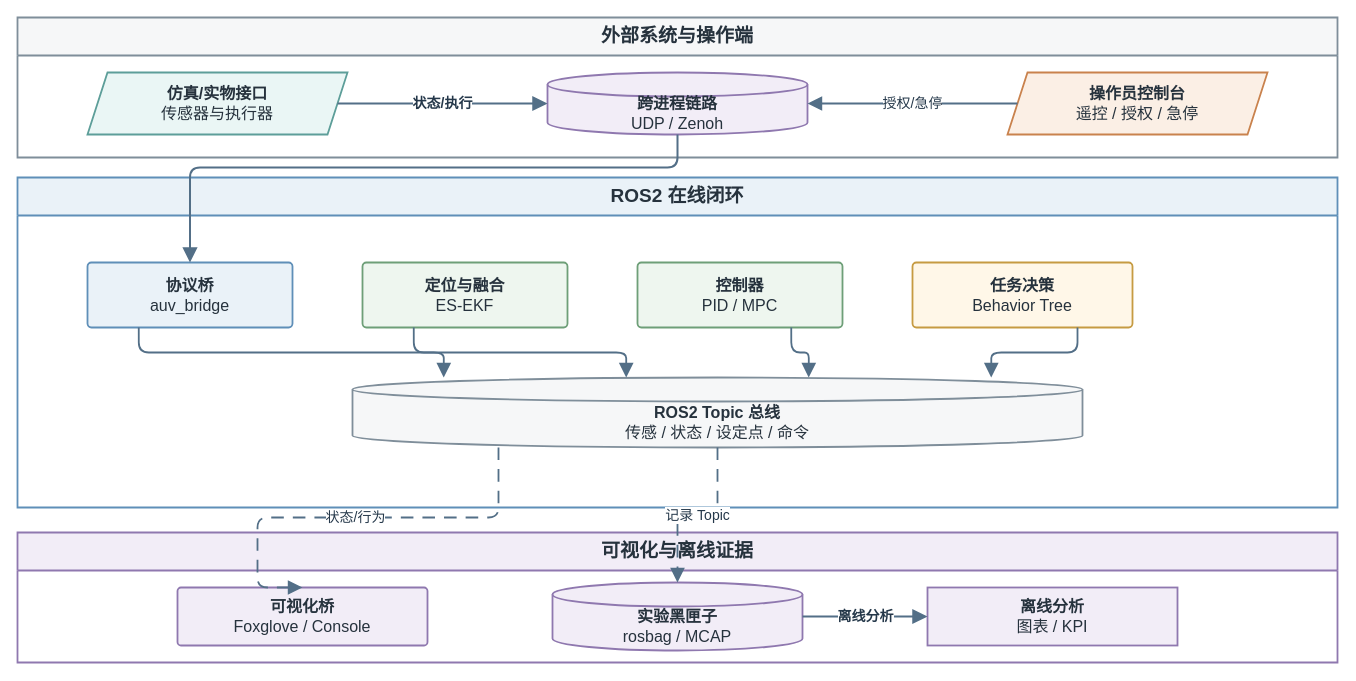
The draw.io diagram docs/internals/figures/architecture/auv_ros2_node_topology.drawio in 360ZMEM/AUV-Master-Project, before the edit. Source tidied: cells renumbered, new cells numbered last; positions are measured from the earlier drawing's top-left corner, leaving out a move shared by most shapes. Both pictures are drawn from the tidied source at 100%, with x=0, y=0 at pixel (17, 17).
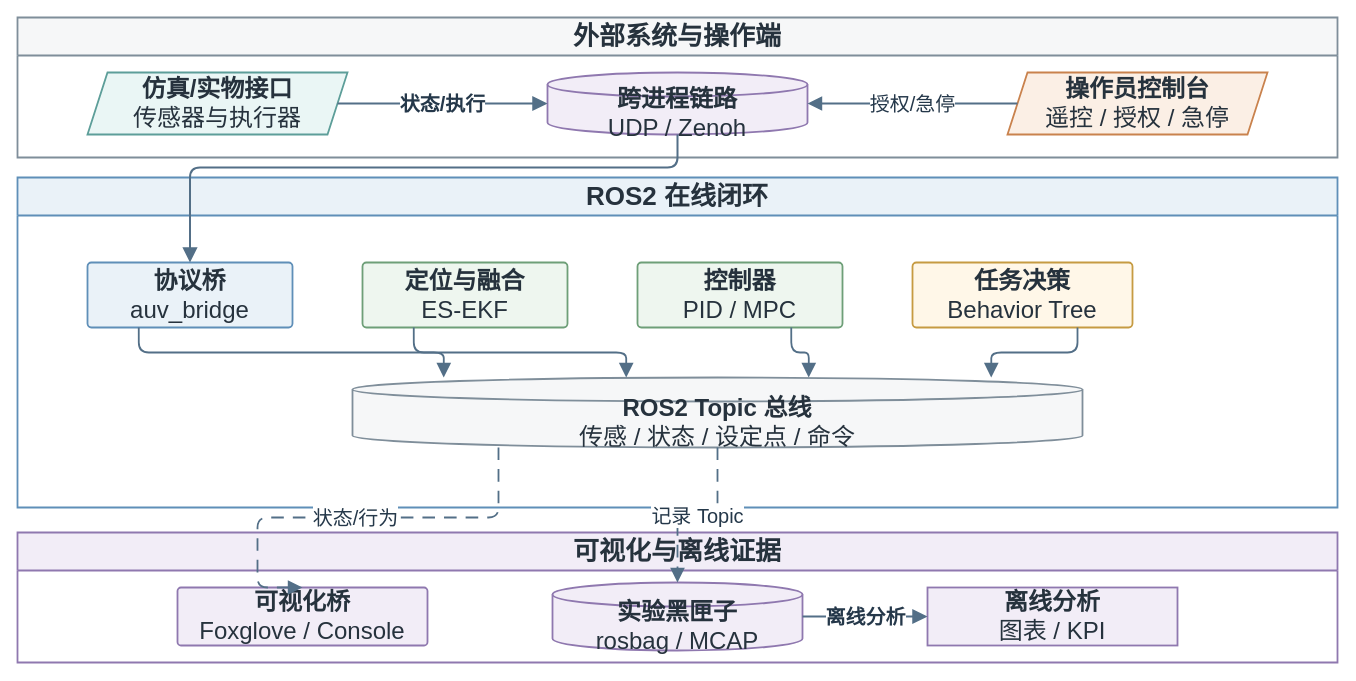
The same page after the edit.

What changed in the source:
```diff
@@
-    <mxCell id="2" value="外部系统与操作端" style="swimlane;whiteSpace=wrap;html=1;startSize=38;rounded=0;fillColor=#F6F7F8;strokeColor=#7F8E9A;strokeWidth=1.8;fontFamily=Songti SC;fontSize=19;fontStyle=1;fontColor=#26323D;" parent="1" vertex="1">
+    <mxCell id="2" value="外部系统与操作端" style="swimlane;whiteSpace=wrap;html=1;startSize=38;rounded=0;fillColor=#F6F7F8;strokeColor=#7F8E9A;strokeWidth=1.8;fontFamily=Songti SC;fontSize=26;fontStyle=1;fontColor=#26323D;" parent="1" vertex="1">
       <mxGeometry width="1320" height="140" as="geometry" />
     </mxCell>
-    <mxCell id="3" value="ROS2 在线闭环" style="swimlane;whiteSpace=wrap;html=1;startSize=38;rounded=0;fillColor=#EAF2F8;strokeColor=#5F8FB8;strokeWidth=1.8;fontFamily=Songti SC;fontSize=19;fontStyle=1;fontColor=#26323D;" parent="1" vertex="1">
+    <mxCell id="3" value="ROS2 在线闭环" style="swimlane;whiteSpace=wrap;html=1;startSize=38;rounded=0;fillColor=#EAF2F8;strokeColor=#5F8FB8;strokeWidth=1.8;fontFamily=Songti SC;fontSize=26;fontStyle=1;fontColor=#26323D;" parent="1" vertex="1">
       <mxGeometry y="160" width="1320" height="330" as="geometry" />
     </mxCell>
-    <mxCell id="4" value="可视化与离线证据" style="swimlane;whiteSpace=wrap;html=1;startSize=38;rounded=0;fillColor=#F2EDF7;strokeColor=#8F78AF;strokeWidth=1.8;fontFamily=Songti SC;fontSize=19;fontStyle=1;fontColor=#26323D;" parent="1" vertex="1">
+    <mxCell id="4" value="可视化与离线证据" style="swimlane;whiteSpace=wrap;html=1;startSize=38;rounded=0;fillColor=#F2EDF7;strokeColor=#8F78AF;strokeWidth=1.8;fontFamily=Songti SC;fontSize=26;fontStyle=1;fontColor=#26323D;" parent="1" vertex="1">
       <mxGeometry y="515" width="1320" height="130" as="geometry" />
     </mxCell>
-    <mxCell id="5" value="&lt;b&gt;仿真/实物接口&lt;/b&gt;&lt;br&gt;传感器与执行器" style="shape=parallelogram;perimeter=parallelogramPerimeter;fixedSize=1;whiteSpace=wrap;html=1;align=center;verticalAlign=middle;fillColor=#EAF6F5;strokeColor=#5D9E99;strokeWidth=1.8;spacing=8;fontFamily=Songti SC;fontSize=16;fontColor=#26323D;" parent="2" vertex="1">
+    <mxCell id="5" value="&lt;b&gt;仿真/实物接口&lt;/b&gt;&lt;br&gt;传感器与执行器" style="shape=parallelogram;perimeter=parallelogramPerimeter;fixedSize=1;whiteSpace=wrap;html=1;align=center;verticalAlign=middle;fillColor=#EAF6F5;strokeColor=#5D9E99;strokeWidth=1.8;spacing=8;fontFamily=Songti SC;fontSize=24;fontColor=#26323D;" parent="2" vertex="1">
       <mxGeometry x="70" y="55" width="260" height="62" as="geometry" />
     </mxCell>
-    <mxCell id="6" value="&lt;b&gt;跨进程链路&lt;/b&gt;&lt;br&gt;UDP / Zenoh" style="shape=cylinder3;boundedLbl=1;backgroundOutline=1;size=12;whiteSpace=wrap;html=1;align=center;verticalAlign=middle;fillColor=#F2EDF7;strokeColor=#8F78AF;strokeWidth=1.8;spacing=8;fontFamily=Songti SC;fontSize=16;fontColor=#26323D;" parent="2" vertex="1">
+    <mxCell id="6" value="&lt;b&gt;跨进程链路&lt;/b&gt;&lt;br&gt;UDP / Zenoh" style="shape=cylinder3;boundedLbl=1;backgroundOutline=1;size=12;whiteSpace=wrap;html=1;align=center;verticalAlign=middle;fillColor=#F2EDF7;strokeColor=#8F78AF;strokeWidth=1.8;spacing=8;fontFamily=Songti SC;fontSize=24;fontColor=#26323D;" parent="2" vertex="1">
       <mxGeometry x="530" y="55" width="260" height="62" as="geometry" />
     </mxCell>
-    <mxCell id="7" value="&lt;b&gt;操作员控制台&lt;/b&gt;&lt;br&gt;遥控 / 授权 / 急停" style="shape=parallelogram;perimeter=parallelogramPerimeter;fixedSize=1;whiteSpace=wrap;html=1;align=center;verticalAlign=middle;fillColor=#FBEFE5;strokeColor=#C9824D;strokeWidth=1.8;spacing=8;fontFamily=Songti SC;fontSize=16;fontColor=#26323D;" parent="2" vertex="1">
+    <mxCell id="7" value="&lt;b&gt;操作员控制台&lt;/b&gt;&lt;br&gt;遥控 / 授权 / 急停" style="shape=parallelogram;perimeter=parallelogramPerimeter;fixedSize=1;whiteSpace=wrap;html=1;align=center;verticalAlign=middle;fillColor=#FBEFE5;strokeColor=#C9824D;strokeWidth=1.8;spacing=8;fontFamily=Songti SC;fontSize=24;fontColor=#26323D;" parent="2" vertex="1">
       <mxGeometry x="990" y="55" width="260" height="62" as="geometry" />
     </mxCell>
-    <mxCell id="8" value="&lt;b&gt;协议桥&lt;/b&gt;&lt;br&gt;auv_bridge" style="rounded=1;arcSize=6;whiteSpace=wrap;html=1;align=center;verticalAlign=middle;fillColor=#EAF2F8;strokeColor=#5F8FB8;strokeWidth=1.8;spacing=8;fontFamily=Songti SC;fontSize=16;fontColor=#26323D;" parent="3" vertex="1">
+    <mxCell id="8" value="&lt;b&gt;协议桥&lt;/b&gt;&lt;br&gt;auv_bridge" style="rounded=1;arcSize=6;whiteSpace=wrap;html=1;align=center;verticalAlign=middle;fillColor=#EAF2F8;strokeColor=#5F8FB8;strokeWidth=1.8;spacing=8;fontFamily=Songti SC;fontSize=24;fontColor=#26323D;" parent="3" vertex="1">
       <mxGeometry x="70" y="85" width="205" height="65" as="geometry" />
     </mxCell>
-    <mxCell id="9" value="&lt;b&gt;定位与融合&lt;/b&gt;&lt;br&gt;ES-EKF" style="rounded=1;arcSize=6;whiteSpace=wrap;html=1;align=center;verticalAlign=middle;fillColor=#EEF6EF;strokeColor=#6E9F78;strokeWidth=1.8;spacing=8;fontFamily=Songti SC;fontSize=16;fontColor=#26323D;" parent="3" vertex="1">
+    <mxCell id="9" value="&lt;b&gt;定位与融合&lt;/b&gt;&lt;br&gt;ES-EKF" style="rounded=1;arcSize=6;whiteSpace=wrap;html=1;align=center;verticalAlign=middle;fillColor=#EEF6EF;strokeColor=#6E9F78;strokeWidth=1.8;spacing=8;fontFamily=Songti SC;fontSize=24;fontColor=#26323D;" parent="3" vertex="1">
       <mxGeometry x="345" y="85" width="205" height="65" as="geometry" />
     </mxCell>
-    <mxCell id="10" value="&lt;b&gt;控制器&lt;/b&gt;&lt;br&gt;PID / MPC" style="rounded=1;arcSize=6;whiteSpace=wrap;html=1;align=center;verticalAlign=middle;fillColor=#EEF6EF;strokeColor=#6E9F78;strokeWidth=1.8;spacing=8;fontFamily=Songti SC;fontSize=16;fontColor=#26323D;" parent="3" vertex="1">
+    <mxCell id="10" value="&lt;b&gt;控制器&lt;/b&gt;&lt;br&gt;PID / MPC" style="rounded=1;arcSize=6;whiteSpace=wrap;html=1;align=center;verticalAlign=middle;fillColor=#EEF6EF;strokeColor=#6E9F78;strokeWidth=1.8;spacing=8;fontFamily=Songti SC;fontSize=24;fontColor=#26323D;" parent="3" vertex="1">
       <mxGeometry x="620" y="85" width="205" height="65" as="geometry" />
     </mxCell>
-    <mxCell id="11" value="&lt;b&gt;任务决策&lt;/b&gt;&lt;br&gt;Behavior Tree" style="rounded=1;arcSize=6;whiteSpace=wrap;html=1;align=center;verticalAlign=middle;fillColor=#FFF7E8;strokeColor=#C69B42;strokeWidth=1.8;spacing=8;fontFamily=Songti SC;fontSize=16;fontColor=#26323D;" parent="3" vertex="1">
+    <mxCell id="11" value="&lt;b&gt;任务决策&lt;/b&gt;&lt;br&gt;Behavior Tree" style="rounded=1;arcSize=6;whiteSpace=wrap;html=1;align=center;verticalAlign=middle;fillColor=#FFF7E8;strokeColor=#C69B42;strokeWidth=1.8;spacing=8;fontFamily=Songti SC;fontSize=24;fontColor=#26323D;" parent="3" vertex="1">
       <mxGeometry x="895" y="85" width="220" height="65" as="geometry" />
     </mxCell>
-    <mxCell id="12" value="&lt;b&gt;ROS2 Topic 总线&lt;/b&gt;&lt;br&gt;传感 / 状态 / 设定点 / 命令" style="shape=cylinder3;boundedLbl=1;backgroundOutline=1;size=12;whiteSpace=wrap;html=1;align=center;verticalAlign=middle;fillColor=#F6F7F8;strokeColor=#7F8E9A;strokeWidth=1.8;spacing=8;fontFamily=Songti SC;fontSize=16;fontColor=#26323D;" parent="3" vertex="1">
+    <mxCell id="12" value="&lt;b&gt;ROS2 Topic 总线&lt;/b&gt;&lt;br&gt;传感 / 状态 / 设定点 / 命令" style="shape=cylinder3;boundedLbl=1;backgroundOutline=1;size=12;whiteSpace=wrap;html=1;align=center;verticalAlign=middle;fillColor=#F6F7F8;strokeColor=#7F8E9A;strokeWidth=1.8;spacing=8;fontFamily=Songti SC;fontSize=24;fontColor=#26323D;" parent="3" vertex="1">
       <mxGeometry x="335" y="200" width="730" height="70" as="geometry" />
     </mxCell>
-    <mxCell id="13" value="&lt;b&gt;可视化桥&lt;/b&gt;&lt;br&gt;Foxglove / Console" style="rounded=1;arcSize=6;whiteSpace=wrap;html=1;align=center;verticalAlign=middle;fillColor=#F2EDF7;strokeColor=#8F78AF;strokeWidth=1.8;spacing=8;fontFamily=Songti SC;fontSize=16;fontColor=#26323D;" parent="4" vertex="1">
+    <mxCell id="13" value="&lt;b&gt;可视化桥&lt;/b&gt;&lt;br&gt;Foxglove / Console" style="rounded=1;arcSize=6;whiteSpace=wrap;html=1;align=center;verticalAlign=middle;fillColor=#F2EDF7;strokeColor=#8F78AF;strokeWidth=1.8;spacing=8;fontFamily=Songti SC;fontSize=24;fontColor=#26323D;" parent="4" vertex="1">
       <mxGeometry x="160" y="55" width="250" height="58" as="geometry" />
     </mxCell>
-    <mxCell id="14" value="&lt;b&gt;实验黑匣子&lt;/b&gt;&lt;br&gt;rosbag / MCAP" style="shape=cylinder3;boundedLbl=1;backgroundOutline=1;size=12;whiteSpace=wrap;html=1;align=center;verticalAlign=middle;fillColor=#F2EDF7;strokeColor=#8F78AF;strokeWidth=1.8;spacing=8;fontFamily=Songti SC;fontSize=16;fontColor=#26323D;" parent="4" vertex="1">
+    <mxCell id="14" value="&lt;b&gt;实验黑匣子&lt;/b&gt;&lt;br&gt;rosbag / MCAP" style="shape=cylinder3;boundedLbl=1;backgroundOutline=1;size=12;whiteSpace=wrap;html=1;align=center;verticalAlign=middle;fillColor=#F2EDF7;strokeColor=#8F78AF;strokeWidth=1.8;spacing=8;fontFamily=Songti SC;fontSize=24;fontColor=#26323D;" parent="4" vertex="1">
       <mxGeometry x="535" y="50" width="250" height="68" as="geometry" />
     </mxCell>
-    <mxCell id="15" value="&lt;b&gt;离线分析&lt;/b&gt;&lt;br&gt;图表 / KPI" style="rounded=0;whiteSpace=wrap;html=1;align=center;verticalAlign=middle;fillColor=#F2EDF7;strokeColor=#8F78AF;strokeWidth=1.8;spacing=8;fontFamily=Songti SC;fontSize=16;fontColor=#26323D;" parent="4" vertex="1">
+    <mxCell id="15" value="&lt;b&gt;离线分析&lt;/b&gt;&lt;br&gt;图表 / KPI" style="rounded=0;whiteSpace=wrap;html=1;align=center;verticalAlign=middle;fillColor=#F2EDF7;strokeColor=#8F78AF;strokeWidth=1.8;spacing=8;fontFamily=Songti SC;fontSize=24;fontColor=#26323D;" parent="4" vertex="1">
       <mxGeometry x="910" y="55" width="250" height="58" as="geometry" />
     </mxCell>
-    <mxCell id="16" value="状态/执行" style="edgeStyle=orthogonalEdgeStyle;rounded=1;jettySize=auto;html=1;strokeColor=#536F87;strokeWidth=2.0;fontFamily=Songti SC;fontSize=14;fontStyle=1;fontColor=#25384A;labelBackgroundColor=#FFFFFF;labelBorderColor=none;endArrow=block;endFill=1;endSize=10;exitX=1;entryX=0;" parent="1" edge="1" source="5" target="6">
+    <mxCell id="16" value="状态/执行" style="edgeStyle=orthogonalEdgeStyle;rounded=1;jettySize=auto;html=1;strokeColor=#536F87;strokeWidth=2.0;fontFamily=Songti SC;fontSize=20;fontStyle=1;fontColor=#25384A;labelBackgroundColor=#FFFFFF;labelBorderColor=none;endArrow=block;endFill=1;endSize=10;exitX=1;entryX=0;" parent="1" edge="1" source="5" target="6">
       <mxGeometry relative="1" as="geometry" />
     </mxCell>
-    <mxCell id="17" value="授权/急停" style="edgeStyle=orthogonalEdgeStyle;rounded=1;jettySize=auto;html=1;strokeColor=#536F87;strokeWidth=1.8;fontFamily=Songti SC;fontSize=14;fontColor=#25384A;labelBackgroundColor=#FFFFFF;labelBorderColor=none;endArrow=block;endFill=1;endSize=10;exitX=1;entryX=0;" parent="1" edge="1" source="7" target="6">
+    <mxCell id="17" value="授权/急停" style="edgeStyle=orthogonalEdgeStyle;rounded=1;jettySize=auto;html=1;strokeColor=#536F87;strokeWidth=1.8;fontFamily=Songti SC;fontSize=20;fontColor=#25384A;labelBackgroundColor=#FFFFFF;labelBorderColor=none;endArrow=block;endFill=1;endSize=10;exitX=1;entryX=0;" parent="1" edge="1" source="7" target="6">
       <mxGeometry relative="1" as="geometry" />
     </mxCell>
-    <mxCell id="18" style="edgeStyle=orthogonalEdgeStyle;rounded=1;jettySize=auto;html=1;strokeColor=#536F87;strokeWidth=2.0;fontFamily=Songti SC;fontSize=14;fontStyle=1;fontColor=#25384A;labelBackgroundColor=#FFFFFF;labelBorderColor=none;endArrow=block;endFill=1;endSize=10;exitX=0.5;exitY=1;entryX=0.5;entryY=0;" parent="1" edge="1" source="6" target="8">
+    <mxCell id="18" style="edgeStyle=orthogonalEdgeStyle;rounded=1;jettySize=auto;html=1;strokeColor=#536F87;strokeWidth=2.0;fontFamily=Songti SC;fontSize=20;fontStyle=1;fontColor=#25384A;labelBackgroundColor=#FFFFFF;labelBorderColor=none;endArrow=block;endFill=1;endSize=10;exitX=0.5;exitY=1;entryX=0.5;entryY=0;" parent="1" edge="1" source="6" target="8">
       <mxGeometry relative="1" as="geometry">
         <Array as="points">
           <mxPoint x="630" y="150" />
           <mxPoint x="140" y="150" />
         </Array>
       </mxGeometry>
     </mxCell>
-    <mxCell id="19" style="edgeStyle=orthogonalEdgeStyle;rounded=1;jettySize=auto;html=1;strokeColor=#536F87;strokeWidth=1.8;fontFamily=Songti SC;fontSize=14;fontColor=#25384A;labelBackgroundColor=#FFFFFF;labelBorderColor=none;endArrow=block;endFill=1;endSize=10;exitX=0.25;exitY=1;entryX=0.125;entryY=0;" parent="1" edge="1" source="8" target="12">
+    <mxCell id="19" style="edgeStyle=orthogonalEdgeStyle;rounded=1;jettySize=auto;html=1;strokeColor=#536F87;strokeWidth=1.8;fontFamily=Songti SC;fontSize=20;fontColor=#25384A;labelBackgroundColor=#FFFFFF;labelBorderColor=none;endArrow=block;endFill=1;endSize=10;exitX=0.25;exitY=1;entryX=0.125;entryY=0;" parent="1" edge="1" source="8" target="12">
       <mxGeometry relative="1" as="geometry" />
     </mxCell>
-    <mxCell id="20" style="edgeStyle=orthogonalEdgeStyle;rounded=1;jettySize=auto;html=1;strokeColor=#536F87;strokeWidth=1.8;fontFamily=Songti SC;fontSize=14;fontColor=#25384A;labelBackgroundColor=#FFFFFF;labelBorderColor=none;endArrow=block;endFill=1;endSize=10;exitX=0.25;exitY=1;entryX=0.375;entryY=0;" parent="1" edge="1" source="9" target="12">
+    <mxCell id="20" style="edgeStyle=orthogonalEdgeStyle;rounded=1;jettySize=auto;html=1;strokeColor=#536F87;strokeWidth=1.8;fontFamily=Songti SC;fontSize=20;fontColor=#25384A;labelBackgroundColor=#FFFFFF;labelBorderColor=none;endArrow=block;endFill=1;endSize=10;exitX=0.25;exitY=1;entryX=0.375;entryY=0;" parent="1" edge="1" source="9" target="12">
       <mxGeometry relative="1" as="geometry" />
     </mxCell>
-    <mxCell id="21" style="edgeStyle=orthogonalEdgeStyle;rounded=1;jettySize=auto;html=1;strokeColor=#536F87;strokeWidth=1.8;fontFamily=Songti SC;fontSize=14;fontColor=#25384A;labelBackgroundColor=#FFFFFF;labelBorderColor=none;endArrow=block;endFill=1;endSize=10;exitX=0.75;exitY=1;entryX=0.625;entryY=0;" parent="1" edge="1" source="10" target="12">
+    <mxCell id="21" style="edgeStyle=orthogonalEdgeStyle;rounded=1;jettySize=auto;html=1;strokeColor=#536F87;strokeWidth=1.8;fontFamily=Songti SC;fontSize=20;fontColor=#25384A;labelBackgroundColor=#FFFFFF;labelBorderColor=none;endArrow=block;endFill=1;endSize=10;exitX=0.75;exitY=1;entryX=0.625;entryY=0;" parent="1" edge="1" source="10" target="12">
       <mxGeometry relative="1" as="geometry" />
     </mxCell>
-    <mxCell id="22" style="edgeStyle=orthogonalEdgeStyle;rounded=1;jettySize=auto;html=1;strokeColor=#536F87;strokeWidth=1.8;fontFamily=Songti SC;fontSize=14;fontColor=#25384A;labelBackgroundColor=#FFFFFF;labelBorderColor=none;endArrow=block;endFill=1;endSize=10;exitX=0.75;exitY=1;entryX=0.875;entryY=0;" parent="1" edge="1" source="11" target="12">
+    <mxCell id="22" style="edgeStyle=orthogonalEdgeStyle;rounded=1;jettySize=auto;html=1;strokeColor=#536F87;strokeWidth=1.8;fontFamily=Songti SC;fontSize=20;fontColor=#25384A;labelBackgroundColor=#FFFFFF;labelBorderColor=none;endArrow=block;endFill=1;endSize=10;exitX=0.75;exitY=1;entryX=0.875;entryY=0;" parent="1" edge="1" source="11" target="12">
       <mxGeometry relative="1" as="geometry" />
     </mxCell>
-    <mxCell id="23" value="状态/行为" style="edgeStyle=orthogonalEdgeStyle;rounded=1;jettySize=auto;html=1;strokeColor=#536F87;strokeWidth=1.8;fontFamily=Songti SC;fontSize=14;fontColor=#25384A;labelBackgroundColor=#FFFFFF;labelBorderColor=none;endArrow=block;endFill=1;endSize=10;dashed=1;dashPattern=7 5;exitX=0.2;exitY=1;entryX=0.5;entryY=0;" parent="1" edge="1" source="12" target="13">
+    <mxCell id="23" value="状态/行为" style="edgeStyle=orthogonalEdgeStyle;rounded=1;jettySize=auto;html=1;strokeColor=#536F87;strokeWidth=1.8;fontFamily=Songti SC;fontSize=20;fontColor=#25384A;labelBackgroundColor=#FFFFFF;labelBorderColor=none;endArrow=block;endFill=1;endSize=10;dashed=1;dashPattern=7 5;exitX=0.2;exitY=1;entryX=0.5;entryY=0;" parent="1" edge="1" source="12" target="13">
       <mxGeometry relative="1" as="geometry">
         <Array as="points">
           <mxPoint x="240" y="500" />
         </Array>
       </mxGeometry>
     </mxCell>
-    <mxCell id="24" value="记录 Topic" style="edgeStyle=orthogonalEdgeStyle;rounded=1;jettySize=auto;html=1;strokeColor=#536F87;strokeWidth=1.8;fontFamily=Songti SC;fontSize=14;fontColor=#25384A;labelBackgroundColor=#FFFFFF;labelBorderColor=none;endArrow=block;endFill=1;endSize=10;dashed=1;dashPattern=7 5;exitX=0.5;exitY=1;entryX=0.5;entryY=0;" parent="1" edge="1" source="12" target="14">
+    <mxCell id="24" value="记录 Topic" style="edgeStyle=orthogonalEdgeStyle;rounded=1;jettySize=auto;html=1;strokeColor=#536F87;strokeWidth=1.8;fontFamily=Songti SC;fontSize=20;fontColor=#25384A;labelBackgroundColor=#FFFFFF;labelBorderColor=none;endArrow=block;endFill=1;endSize=10;dashed=1;dashPattern=7 5;exitX=0.5;exitY=1;entryX=0.5;entryY=0;" parent="1" edge="1" source="12" target="14">
       <mxGeometry relative="1" as="geometry" />
     </mxCell>
-    <mxCell id="25" value="离线分析" style="edgeStyle=orthogonalEdgeStyle;rounded=1;jettySize=auto;html=1;strokeColor=#536F87;strokeWidth=2.0;fontFamily=Songti SC;fontSize=14;fontStyle=1;fontColor=#25384A;labelBackgroundColor=#FFFFFF;labelBorderColor=none;endArrow=block;endFill=1;endSize=10;exitX=1;entryX=0;" parent="1" edge="1" source="14" target="15">
+    <mxCell id="25" value="离线分析" style="edgeStyle=orthogonalEdgeStyle;rounded=1;jettySize=auto;html=1;strokeColor=#536F87;strokeWidth=2.0;fontFamily=Songti SC;fontSize=20;fontStyle=1;fontColor=#25384A;labelBackgroundColor=#FFFFFF;labelBorderColor=none;endArrow=block;endFill=1;endSize=10;exitX=1;entryX=0;" parent="1" edge="1" source="14" target="15">
       <mxGeometry relative="1" as="geometry" />
     </mxCell>
```
